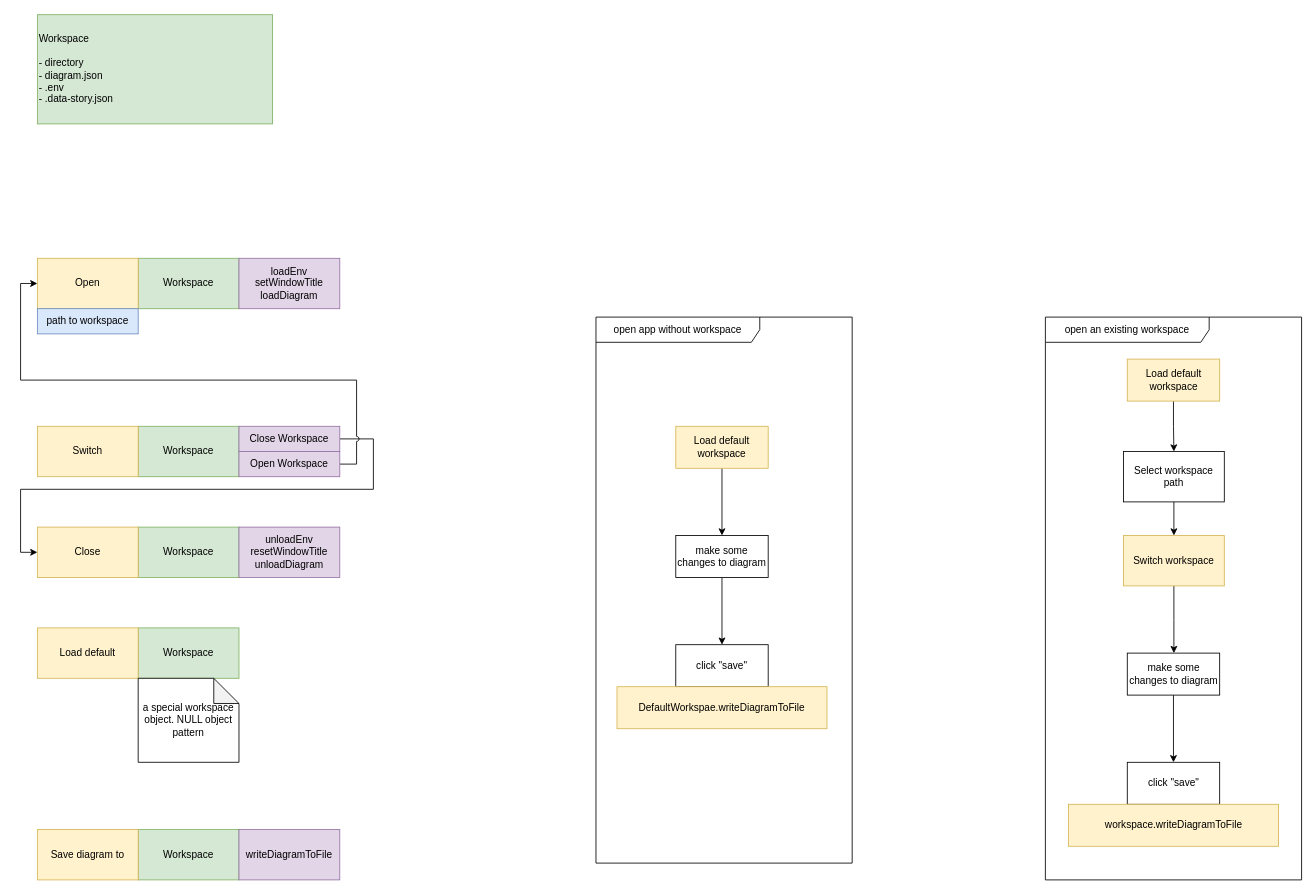
Earlier version of the draw.io diagram page "workspace" (1 of 2) of Untitled Diagram.drawio (stone-lyl/assets). Source tidied: cells renumbered, new cells numbered last; positions are measured from the earlier drawing's top-left corner, leaving out a move shared by most shapes. Both pictures are drawn from the tidied source at 84%, with x=0, y=0 at pixel (20, 14).
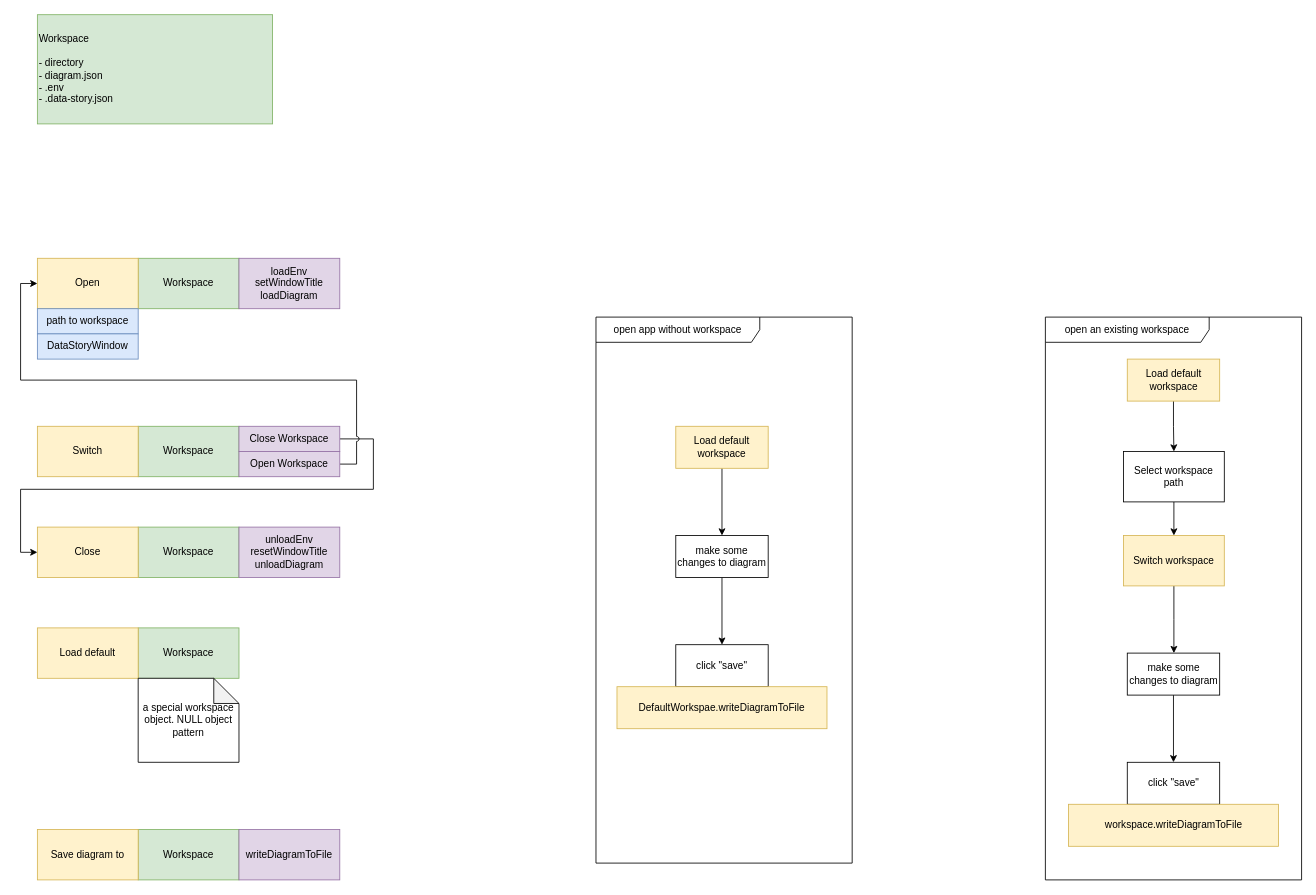
Above is the later version.

What changed in the source:
```diff
@@
+    <mxCell id="40" value="DataStoryWindow" style="rounded=0;whiteSpace=wrap;html=1;fillColor=#dae8fc;strokeColor=#6c8ebf;" parent="1" vertex="1">
+      <mxGeometry x="20" y="380" width="120" height="30" as="geometry" />
+    </mxCell>
```
